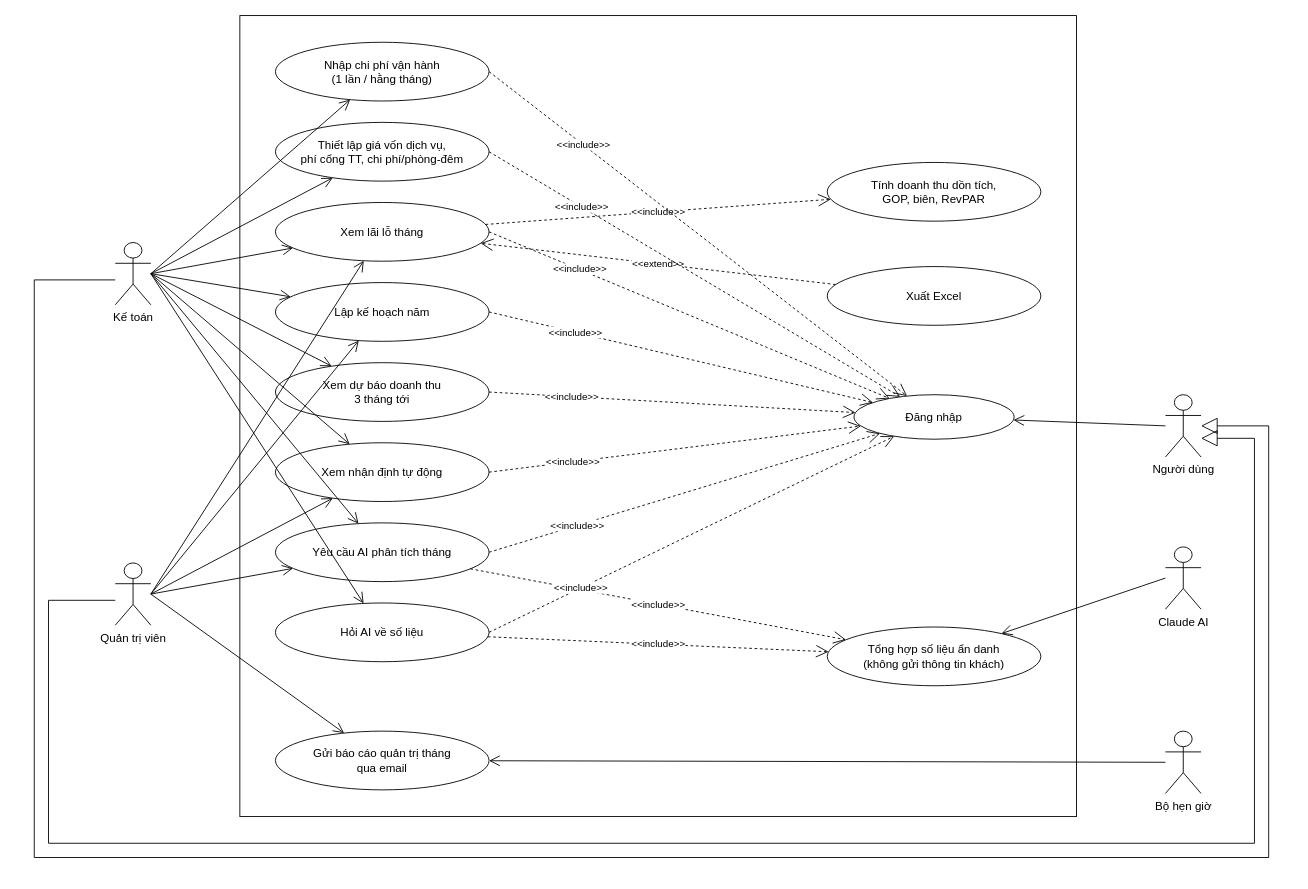
Above: docs/use-case/phan-ra/uc7-lai-lo-ai.drawio in ngynquchn2511/beach-hotel (draw.io), before the change. Source tidied: cells renumbered, new cells numbered last; positions are measured from the earlier drawing's top-left corner, leaving out a move shared by most shapes. Both pictures are drawn from the tidied source at 89%, with x=0, y=0 at pixel (34, 15).
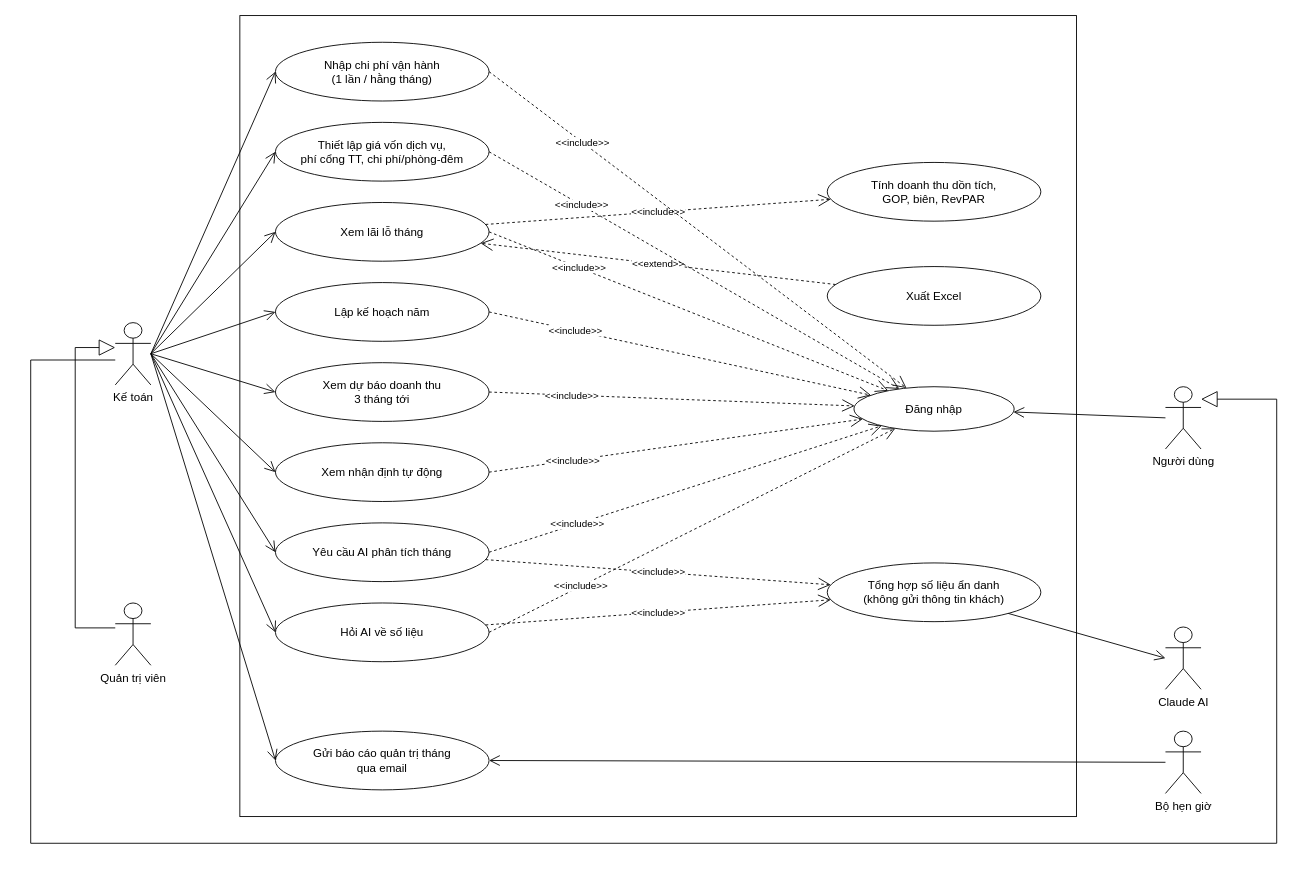
The same page after the edit.

Unchanged cells that the change refers to:
```xml
<mxCell id="3" value="Nhập chi phí vận hành&lt;br&gt;(1 lần / hằng tháng)" style="ellipse;whiteSpace=wrap;html=1;fillColor=#FFFFFF;strokeColor=#000000;fontSize=13;" parent="1" vertex="1">
  <mxGeometry x="271" y="30" width="240" height="66" as="geometry" />
</mxCell>
<mxCell id="4" value="Thiết lập giá vốn dịch vụ,&lt;br&gt;phí cổng TT, chi phí/phòng-đêm" style="ellipse;whiteSpace=wrap;html=1;fillColor=#FFFFFF;strokeColor=#000000;fontSize=13;" parent="1" vertex="1">
  <mxGeometry x="271" y="120" width="240" height="66" as="geometry" />
</mxCell>
<mxCell id="5" value="Xem lãi lỗ tháng" style="ellipse;whiteSpace=wrap;html=1;fillColor=#FFFFFF;strokeColor=#000000;fontSize=13;" parent="1" vertex="1">
  <mxGeometry x="271" y="210" width="240" height="66" as="geometry" />
</mxCell>
<mxCell id="6" value="Lập kế hoạch năm" style="ellipse;whiteSpace=wrap;html=1;fillColor=#FFFFFF;strokeColor=#000000;fontSize=13;" parent="1" vertex="1">
  <mxGeometry x="271" y="300" width="240" height="66" as="geometry" />
</mxCell>
<mxCell id="7" value="Xem dự báo doanh thu&lt;br&gt;3 tháng tới" style="ellipse;whiteSpace=wrap;html=1;fillColor=#FFFFFF;strokeColor=#000000;fontSize=13;" parent="1" vertex="1">
  <mxGeometry x="271" y="390" width="240" height="66" as="geometry" />
</mxCell>
<mxCell id="8" value="Xem nhận định tự động" style="ellipse;whiteSpace=wrap;html=1;fillColor=#FFFFFF;strokeColor=#000000;fontSize=13;" parent="1" vertex="1">
  <mxGeometry x="271" y="480" width="240" height="66" as="geometry" />
</mxCell>
<mxCell id="9" value="Yêu cầu AI phân tích tháng" style="ellipse;whiteSpace=wrap;html=1;fillColor=#FFFFFF;strokeColor=#000000;fontSize=13;" parent="1" vertex="1">
  <mxGeometry x="271" y="570" width="240" height="66" as="geometry" />
</mxCell>
<mxCell id="10" value="Hỏi AI về số liệu" style="ellipse;whiteSpace=wrap;html=1;fillColor=#FFFFFF;strokeColor=#000000;fontSize=13;" parent="1" vertex="1">
  <mxGeometry x="271" y="660" width="240" height="66" as="geometry" />
</mxCell>
<mxCell id="11" value="Gửi báo cáo quản trị tháng&lt;br&gt;qua email" style="ellipse;whiteSpace=wrap;html=1;fillColor=#FFFFFF;strokeColor=#000000;fontSize=13;" parent="1" vertex="1">
  <mxGeometry x="271" y="804" width="240" height="66" as="geometry" />
</mxCell>
<mxCell id="12" value="Tính doanh thu dồn tích,&lt;br&gt;GOP, biên, RevPAR" style="ellipse;whiteSpace=wrap;html=1;fillColor=#FFFFFF;strokeColor=#000000;fontSize=13;" parent="1" vertex="1">
  <mxGeometry x="891" y="165" width="240" height="66" as="geometry" />
</mxCell>
<mxCell id="13" value="Xuất Excel" style="ellipse;whiteSpace=wrap;html=1;fillColor=#FFFFFF;strokeColor=#000000;fontSize=13;" parent="1" vertex="1">
  <mxGeometry x="891" y="282" width="240" height="66" as="geometry" />
</mxCell>
<mxCell id="19" value="Bộ hẹn giờ" style="shape=umlActor;verticalLabelPosition=bottom;verticalAlign=top;html=1;outlineConnect=0;fillColor=#FFFFFF;strokeColor=#000000;fontSize=13;" parent="1" vertex="1">
  <mxGeometry x="1271" y="804" width="40" height="70" as="geometry" />
</mxCell>
```

Change to the diagram source:
```diff
@@
     <mxCell id="14" value="Tổng hợp số liệu ẩn danh&lt;br&gt;(không gửi thông tin khách)" style="ellipse;whiteSpace=wrap;html=1;fillColor=#FFFFFF;strokeColor=#000000;fontSize=13;" parent="1" vertex="1">
-      <mxGeometry x="891" y="687" width="240" height="66" as="geometry" />
+      <mxGeometry x="891" y="615" width="240" height="66" as="geometry" />
     </mxCell>
     <mxCell id="15" value="Đăng nhập" style="ellipse;whiteSpace=wrap;html=1;fillColor=#FFFFFF;strokeColor=#000000;fontSize=13;" parent="1" vertex="1">
-      <mxGeometry x="921" y="426" width="180" height="50" as="geometry" />
+      <mxGeometry x="921" y="417" width="180" height="50" as="geometry" />
     </mxCell>
     <mxCell id="16" value="Kế toán" style="shape=umlActor;verticalLabelPosition=bottom;verticalAlign=top;html=1;outlineConnect=0;fillColor=#FFFFFF;strokeColor=#000000;fontSize=13;" parent="1" vertex="1">
-      <mxGeometry x="91" y="255" width="40" height="70" as="geometry" />
+      <mxGeometry x="91" y="345" width="40" height="70" as="geometry" />
     </mxCell>
     <mxCell id="17" value="Quản trị viên" style="shape=umlActor;verticalLabelPosition=bottom;verticalAlign=top;html=1;outlineConnect=0;fillColor=#FFFFFF;strokeColor=#000000;fontSize=13;" parent="1" vertex="1">
-      <mxGeometry x="91" y="615" width="40" height="70" as="geometry" />
+      <mxGeometry x="91" y="660" width="40" height="70" as="geometry" />
     </mxCell>
     <mxCell id="18" value="Claude AI" style="shape=umlActor;verticalLabelPosition=bottom;verticalAlign=top;html=1;outlineConnect=0;fillColor=#FFFFFF;strokeColor=#000000;fontSize=13;" parent="1" vertex="1">
-      <mxGeometry x="1271" y="597" width="40" height="70" as="geometry" />
+      <mxGeometry x="1271" y="687" width="40" height="70" as="geometry" />
     </mxCell>
@@
-    <mxCell id="20" style="endArrow=open;endSize=10;html=1;rounded=0;strokeColor=#000000;exitX=1;exitY=0.5;exitDx=0;exitDy=0;exitPerimeter=0;" parent="1" edge="1" source="16" target="3">
+    <mxCell id="20" style="endArrow=open;endSize=10;html=1;rounded=0;strokeColor=#000000;exitX=1;exitY=0.5;exitDx=0;exitDy=0;exitPerimeter=0;entryX=0;entryY=0.5;entryDx=0;entryDy=0;" parent="1" edge="1" source="16" target="3">
       <mxGeometry relative="1" as="geometry" />
     </mxCell>
-    <mxCell id="21" style="endArrow=open;endSize=10;html=1;rounded=0;strokeColor=#000000;exitX=1;exitY=0.5;exitDx=0;exitDy=0;exitPerimeter=0;" parent="1" edge="1" source="16" target="4">
+    <mxCell id="21" style="endArrow=open;endSize=10;html=1;rounded=0;strokeColor=#000000;exitX=1;exitY=0.5;exitDx=0;exitDy=0;exitPerimeter=0;entryX=0;entryY=0.5;entryDx=0;entryDy=0;" parent="1" edge="1" source="16" target="4">
       <mxGeometry relative="1" as="geometry" />
     </mxCell>
-    <mxCell id="22" style="endArrow=open;endSize=10;html=1;rounded=0;strokeColor=#000000;exitX=1;exitY=0.5;exitDx=0;exitDy=0;exitPerimeter=0;" parent="1" edge="1" source="16" target="5">
+    <mxCell id="22" style="endArrow=open;endSize=10;html=1;rounded=0;strokeColor=#000000;exitX=1;exitY=0.5;exitDx=0;exitDy=0;exitPerimeter=0;entryX=0;entryY=0.5;entryDx=0;entryDy=0;" parent="1" edge="1" source="16" target="5">
       <mxGeometry relative="1" as="geometry" />
     </mxCell>
-    <mxCell id="23" style="endArrow=open;endSize=10;html=1;rounded=0;strokeColor=#000000;exitX=1;exitY=0.5;exitDx=0;exitDy=0;exitPerimeter=0;" parent="1" edge="1" source="16" target="6">
+    <mxCell id="23" style="endArrow=open;endSize=10;html=1;rounded=0;strokeColor=#000000;exitX=1;exitY=0.5;exitDx=0;exitDy=0;exitPerimeter=0;entryX=0;entryY=0.5;entryDx=0;entryDy=0;" parent="1" edge="1" source="16" target="6">
       <mxGeometry relative="1" as="geometry" />
     </mxCell>
-    <mxCell id="24" style="endArrow=open;endSize=10;html=1;rounded=0;strokeColor=#000000;exitX=1;exitY=0.5;exitDx=0;exitDy=0;exitPerimeter=0;" parent="1" edge="1" source="16" target="7">
+    <mxCell id="24" style="endArrow=open;endSize=10;html=1;rounded=0;strokeColor=#000000;exitX=1;exitY=0.5;exitDx=0;exitDy=0;exitPerimeter=0;entryX=0;entryY=0.5;entryDx=0;entryDy=0;" parent="1" edge="1" source="16" target="7">
       <mxGeometry relative="1" as="geometry" />
     </mxCell>
-    <mxCell id="25" style="endArrow=open;endSize=10;html=1;rounded=0;strokeColor=#000000;exitX=1;exitY=0.5;exitDx=0;exitDy=0;exitPerimeter=0;" parent="1" edge="1" source="16" target="8">
+    <mxCell id="25" style="endArrow=open;endSize=10;html=1;rounded=0;strokeColor=#000000;exitX=1;exitY=0.5;exitDx=0;exitDy=0;exitPerimeter=0;entryX=0;entryY=0.5;entryDx=0;entryDy=0;" parent="1" edge="1" source="16" target="8">
       <mxGeometry relative="1" as="geometry" />
     </mxCell>
-    <mxCell id="26" style="endArrow=open;endSize=10;html=1;rounded=0;strokeColor=#000000;exitX=1;exitY=0.5;exitDx=0;exitDy=0;exitPerimeter=0;" parent="1" edge="1" source="16" target="9">
+    <mxCell id="26" style="endArrow=open;endSize=10;html=1;rounded=0;strokeColor=#000000;exitX=1;exitY=0.5;exitDx=0;exitDy=0;exitPerimeter=0;entryX=0;entryY=0.5;entryDx=0;entryDy=0;" parent="1" edge="1" source="16" target="9">
       <mxGeometry relative="1" as="geometry" />
     </mxCell>
-    <mxCell id="27" style="endArrow=open;endSize=10;html=1;rounded=0;strokeColor=#000000;exitX=1;exitY=0.5;exitDx=0;exitDy=0;exitPerimeter=0;" parent="1" edge="1" source="16" target="10">
+    <mxCell id="27" style="endArrow=open;endSize=10;html=1;rounded=0;strokeColor=#000000;exitX=1;exitY=0.5;exitDx=0;exitDy=0;exitPerimeter=0;entryX=0;entryY=0.5;entryDx=0;entryDy=0;" parent="1" edge="1" source="16" target="10">
       <mxGeometry relative="1" as="geometry" />
     </mxCell>
-    <mxCell id="28" style="endArrow=open;endSize=10;html=1;rounded=0;strokeColor=#000000;exitX=1;exitY=0.5;exitDx=0;exitDy=0;exitPerimeter=0;" parent="1" edge="1" source="17" target="5">
+    <mxCell id="28" style="endArrow=open;endSize=10;html=1;rounded=0;strokeColor=#000000;exitX=1;exitY=0.5;exitDx=0;exitDy=0;exitPerimeter=0;entryX=0;entryY=0.5;entryDx=0;entryDy=0;" parent="1" edge="1" source="16" target="11">
       <mxGeometry relative="1" as="geometry" />
     </mxCell>
-    <mxCell id="29" style="endArrow=open;endSize=10;html=1;rounded=0;strokeColor=#000000;exitX=1;exitY=0.5;exitDx=0;exitDy=0;exitPerimeter=0;" parent="1" edge="1" source="17" target="6">
+    <mxCell id="29" style="endArrow=open;endSize=10;html=1;rounded=0;strokeColor=#000000;entryX=0;entryY=0.5;entryDx=0;entryDy=0;entryPerimeter=0;" parent="1" edge="1" source="14" target="18">
       <mxGeometry relative="1" as="geometry" />
     </mxCell>
-    <mxCell id="30" style="endArrow=open;endSize=10;html=1;rounded=0;strokeColor=#000000;exitX=1;exitY=0.5;exitDx=0;exitDy=0;exitPerimeter=0;" parent="1" edge="1" source="17" target="8">
+    <mxCell id="30" style="endArrow=open;endSize=10;html=1;rounded=0;strokeColor=#000000;exitX=0;exitY=0.5;exitDx=0;exitDy=0;exitPerimeter=0;entryX=1;entryY=0.5;entryDx=0;entryDy=0;" parent="1" edge="1" source="19" target="11">
       <mxGeometry relative="1" as="geometry" />
     </mxCell>
-    <mxCell id="31" style="endArrow=open;endSize=10;html=1;rounded=0;strokeColor=#000000;exitX=1;exitY=0.5;exitDx=0;exitDy=0;exitPerimeter=0;" parent="1" edge="1" source="17" target="9">
+    <mxCell id="31" value="&amp;lt;&amp;lt;include&amp;gt;&amp;gt;" style="endArrow=open;endSize=12;dashed=1;html=1;rounded=0;strokeColor=#000000;fontSize=11;labelBackgroundColor=#FFFFFF;" parent="1" edge="1" source="5" target="12">
       <mxGeometry relative="1" as="geometry" />
     </mxCell>
-    <mxCell id="32" style="endArrow=open;endSize=10;html=1;rounded=0;strokeColor=#000000;exitX=1;exitY=0.5;exitDx=0;exitDy=0;exitPerimeter=0;" parent="1" edge="1" source="17" target="11">
+    <mxCell id="32" value="&amp;lt;&amp;lt;extend&amp;gt;&amp;gt;" style="endArrow=open;endSize=12;dashed=1;html=1;rounded=0;strokeColor=#000000;fontSize=11;labelBackgroundColor=#FFFFFF;" parent="1" edge="1" source="13" target="5">
       <mxGeometry relative="1" as="geometry" />
     </mxCell>
-    <mxCell id="33" style="endArrow=open;endSize=10;html=1;rounded=0;strokeColor=#000000;exitX=0;exitY=0.5;exitDx=0;exitDy=0;exitPerimeter=0;" parent="1" edge="1" source="18" target="14">
+    <mxCell id="33" value="&amp;lt;&amp;lt;include&amp;gt;&amp;gt;" style="endArrow=open;endSize=12;dashed=1;html=1;rounded=0;strokeColor=#000000;fontSize=11;labelBackgroundColor=#FFFFFF;" parent="1" edge="1" source="9" target="14">
       <mxGeometry relative="1" as="geometry" />
     </mxCell>
-    <mxCell id="34" style="endArrow=open;endSize=10;html=1;rounded=0;strokeColor=#000000;exitX=0;exitY=0.5;exitDx=0;exitDy=0;exitPerimeter=0;" parent="1" edge="1" source="19" target="11">
+    <mxCell id="34" value="&amp;lt;&amp;lt;include&amp;gt;&amp;gt;" style="endArrow=open;endSize=12;dashed=1;html=1;rounded=0;strokeColor=#000000;fontSize=11;labelBackgroundColor=#FFFFFF;" parent="1" edge="1" source="10" target="14">
       <mxGeometry relative="1" as="geometry" />
     </mxCell>
-    <mxCell id="35" value="&amp;lt;&amp;lt;include&amp;gt;&amp;gt;" style="endArrow=open;endSize=12;dashed=1;html=1;rounded=0;strokeColor=#000000;fontSize=11;labelBackgroundColor=#FFFFFF;" parent="1" edge="1" source="5" target="12">
-      <mxGeometry relative="1" as="geometry" />
+    <mxCell id="35" value="&amp;lt;&amp;lt;include&amp;gt;&amp;gt;" style="endArrow=open;endSize=12;dashed=1;html=1;rounded=0;strokeColor=#000000;fontSize=11;labelBackgroundColor=#FFFFFF;exitX=1;exitY=0.5;exitDx=0;exitDy=0;" parent="1" edge="1" source="3" target="15">
+      <mxGeometry x="-0.55" relative="1" as="geometry" />
     </mxCell>
-    <mxCell id="36" value="&amp;lt;&amp;lt;extend&amp;gt;&amp;gt;" style="endArrow=open;endSize=12;dashed=1;html=1;rounded=0;strokeColor=#000000;fontSize=11;labelBackgroundColor=#FFFFFF;" parent="1" edge="1" source="13" target="5">
-      <mxGeometry relative="1" as="geometry" />
+    <mxCell id="36" value="&amp;lt;&amp;lt;include&amp;gt;&amp;gt;" style="endArrow=open;endSize=12;dashed=1;html=1;rounded=0;strokeColor=#000000;fontSize=11;labelBackgroundColor=#FFFFFF;exitX=1;exitY=0.5;exitDx=0;exitDy=0;" parent="1" edge="1" source="4" target="15">
+      <mxGeometry x="-0.55" relative="1" as="geometry" />
     </mxCell>
-    <mxCell id="37" value="&amp;lt;&amp;lt;include&amp;gt;&amp;gt;" style="endArrow=open;endSize=12;dashed=1;html=1;rounded=0;strokeColor=#000000;fontSize=11;labelBackgroundColor=#FFFFFF;" parent="1" edge="1" source="9" target="14">
-      <mxGeometry relative="1" as="geometry" />
+    <mxCell id="37" value="&amp;lt;&amp;lt;include&amp;gt;&amp;gt;" style="endArrow=open;endSize=12;dashed=1;html=1;rounded=0;strokeColor=#000000;fontSize=11;labelBackgroundColor=#FFFFFF;exitX=1;exitY=0.5;exitDx=0;exitDy=0;" parent="1" edge="1" source="5" target="15">
+      <mxGeometry x="-0.55" relative="1" as="geometry" />
     </mxCell>
-    <mxCell id="38" value="&amp;lt;&amp;lt;include&amp;gt;&amp;gt;" style="endArrow=open;endSize=12;dashed=1;html=1;rounded=0;strokeColor=#000000;fontSize=11;labelBackgroundColor=#FFFFFF;" parent="1" edge="1" source="10" target="14">
-      <mxGeometry relative="1" as="geometry" />
+    <mxCell id="38" value="&amp;lt;&amp;lt;include&amp;gt;&amp;gt;" style="endArrow=open;endSize=12;dashed=1;html=1;rounded=0;strokeColor=#000000;fontSize=11;labelBackgroundColor=#FFFFFF;exitX=1;exitY=0.5;exitDx=0;exitDy=0;" parent="1" edge="1" source="6" target="15">
+      <mxGeometry x="-0.55" relative="1" as="geometry" />
     </mxCell>
-    <mxCell id="39" value="&amp;lt;&amp;lt;include&amp;gt;&amp;gt;" style="endArrow=open;endSize=12;dashed=1;html=1;rounded=0;strokeColor=#000000;fontSize=11;labelBackgroundColor=#FFFFFF;exitX=1;exitY=0.5;exitDx=0;exitDy=0;" parent="1" edge="1" source="3" target="15">
+    <mxCell id="39" value="&amp;lt;&amp;lt;include&amp;gt;&amp;gt;" style="endArrow=open;endSize=12;dashed=1;html=1;rounded=0;strokeColor=#000000;fontSize=11;labelBackgroundColor=#FFFFFF;exitX=1;exitY=0.5;exitDx=0;exitDy=0;" parent="1" edge="1" source="7" target="15">
       <mxGeometry x="-0.55" relative="1" as="geometry" />
     </mxCell>
-    <mxCell id="40" value="&amp;lt;&amp;lt;include&amp;gt;&amp;gt;" style="endArrow=open;endSize=12;dashed=1;html=1;rounded=0;strokeColor=#000000;fontSize=11;labelBackgroundColor=#FFFFFF;exitX=1;exitY=0.5;exitDx=0;exitDy=0;" parent="1" edge="1" source="4" target="15">
+    <mxCell id="40" value="&amp;lt;&amp;lt;include&amp;gt;&amp;gt;" style="endArrow=open;endSize=12;dashed=1;html=1;rounded=0;strokeColor=#000000;fontSize=11;labelBackgroundColor=#FFFFFF;exitX=1;exitY=0.5;exitDx=0;exitDy=0;" parent="1" edge="1" source="8" target="15">
       <mxGeometry x="-0.55" relative="1" as="geometry" />
     </mxCell>
-    <mxCell id="41" value="&amp;lt;&amp;lt;include&amp;gt;&amp;gt;" style="endArrow=open;endSize=12;dashed=1;html=1;rounded=0;strokeColor=#000000;fontSize=11;labelBackgroundColor=#FFFFFF;exitX=1;exitY=0.5;exitDx=0;exitDy=0;" parent="1" edge="1" source="5" target="15">
+    <mxCell id="41" value="&amp;lt;&amp;lt;include&amp;gt;&amp;gt;" style="endArrow=open;endSize=12;dashed=1;html=1;rounded=0;strokeColor=#000000;fontSize=11;labelBackgroundColor=#FFFFFF;exitX=1;exitY=0.5;exitDx=0;exitDy=0;" parent="1" edge="1" source="9" target="15">
       <mxGeometry x="-0.55" relative="1" as="geometry" />
     </mxCell>
-    <mxCell id="42" value="&amp;lt;&amp;lt;include&amp;gt;&amp;gt;" style="endArrow=open;endSize=12;dashed=1;html=1;rounded=0;strokeColor=#000000;fontSize=11;labelBackgroundColor=#FFFFFF;exitX=1;exitY=0.5;exitDx=0;exitDy=0;" parent="1" edge="1" source="6" target="15">
+    <mxCell id="42" value="&amp;lt;&amp;lt;include&amp;gt;&amp;gt;" style="endArrow=open;endSize=12;dashed=1;html=1;rounded=0;strokeColor=#000000;fontSize=11;labelBackgroundColor=#FFFFFF;exitX=1;exitY=0.5;exitDx=0;exitDy=0;" parent="1" edge="1" source="10" target="15">
       <mxGeometry x="-0.55" relative="1" as="geometry" />
     </mxCell>
-    <mxCell id="43" value="&amp;lt;&amp;lt;include&amp;gt;&amp;gt;" style="endArrow=open;endSize=12;dashed=1;html=1;rounded=0;strokeColor=#000000;fontSize=11;labelBackgroundColor=#FFFFFF;exitX=1;exitY=0.5;exitDx=0;exitDy=0;" parent="1" edge="1" source="7" target="15">
-      <mxGeometry x="-0.55" relative="1" as="geometry" />
+    <mxCell id="43" style="endArrow=block;endSize=16;endFill=0;html=1;rounded=0;strokeColor=#000000;exitX=0;exitY=0.4;exitDx=0;exitDy=0;exitPerimeter=0;entryX=0;entryY=0.4;entryDx=0;entryDy=0;entryPerimeter=0;" parent="1" edge="1" source="17" target="16">
+      <mxGeometry relative="1" as="geometry">
+        <Array as="points">
+          <mxPoint x="46" y="688" />
+          <mxPoint x="46" y="373" />
+        </Array>
+      </mxGeometry>
     </mxCell>
+    <mxCell id="47" value="Người dùng" style="shape=umlActor;verticalLabelPosition=bottom;verticalAlign=top;html=1;outlineConnect=0;fillColor=#FFFFFF;strokeColor=#000000;fontSize=13;" parent="1" vertex="1">
+      <mxGeometry x="1271" y="417" width="40" height="70" as="geometry" />
+    </mxCell>
-    <mxCell id="44" value="&amp;lt;&amp;lt;include&amp;gt;&amp;gt;" style="endArrow=open;endSize=12;dashed=1;html=1;rounded=0;strokeColor=#000000;fontSize=11;labelBackgroundColor=#FFFFFF;exitX=1;exitY=0.5;exitDx=0;exitDy=0;" parent="1" edge="1" source="8" target="15">
-      <mxGeometry x="-0.55" relative="1" as="geometry" />
+    <mxCell id="44" style="endArrow=open;endSize=10;html=1;rounded=0;strokeColor=#000000;exitX=0;exitY=0.5;exitDx=0;exitDy=0;exitPerimeter=0;" parent="1" edge="1" source="47" target="15">
+      <mxGeometry relative="1" as="geometry" />
     </mxCell>
-    <mxCell id="45" value="&amp;lt;&amp;lt;include&amp;gt;&amp;gt;" style="endArrow=open;endSize=12;dashed=1;html=1;rounded=0;strokeColor=#000000;fontSize=11;labelBackgroundColor=#FFFFFF;exitX=1;exitY=0.5;exitDx=0;exitDy=0;" parent="1" edge="1" source="9" target="15">
-      <mxGeometry x="-0.55" relative="1" as="geometry" />
+    <mxCell id="45" style="endArrow=block;endSize=16;endFill=0;html=1;rounded=0;strokeColor=#000000;exitX=0;exitY=0.6;exitDx=0;exitDy=0;exitPerimeter=0;entryX=1;entryY=0.2;entryDx=0;entryDy=0;entryPerimeter=0;" parent="1" edge="1" source="16" target="47">
+      <mxGeometry relative="1" as="geometry">
+        <Array as="points">
+          <mxPoint x="-4" y="387" />
+          <mxPoint x="-4" y="930" />
+          <mxPoint x="1396" y="930" />
+          <mxPoint x="1396" y="431" />
+        </Array>
+      </mxGeometry>
     </mxCell>
-    <mxCell id="46" value="&amp;lt;&amp;lt;include&amp;gt;&amp;gt;" style="endArrow=open;endSize=12;dashed=1;html=1;rounded=0;strokeColor=#000000;fontSize=11;labelBackgroundColor=#FFFFFF;exitX=1;exitY=0.5;exitDx=0;exitDy=0;" parent="1" edge="1" source="10" target="15">
-      <mxGeometry x="-0.55" relative="1" as="geometry" />
-    </mxCell>
-    <mxCell id="47" value="Người dùng" style="shape=umlActor;verticalLabelPosition=bottom;verticalAlign=top;html=1;outlineConnect=0;fillColor=#FFFFFF;strokeColor=#000000;fontSize=13;" parent="1" vertex="1">
-      <mxGeometry x="1271" y="426" width="40" height="70" as="geometry" />
-    </mxCell>
-    <mxCell id="48" style="endArrow=open;endSize=10;html=1;rounded=0;strokeColor=#000000;exitX=0;exitY=0.5;exitDx=0;exitDy=0;exitPerimeter=0;" parent="1" edge="1" source="47" target="15">
-      <mxGeometry relative="1" as="geometry" />
-    </mxCell>
-    <mxCell id="49" style="endArrow=block;endSize=16;endFill=0;html=1;rounded=0;strokeColor=#000000;exitX=0;exitY=0.6;exitDx=0;exitDy=0;exitPerimeter=0;entryX=1;entryY=0.7;entryDx=0;entryDy=0;entryPerimeter=0;" parent="1" edge="1" source="17" target="47">
-      <mxGeometry relative="1" as="geometry">
-        <Array as="points">
-          <mxPoint x="16" y="657" />
-          <mxPoint x="16" y="930" />
-          <mxPoint x="1371" y="930" />
-          <mxPoint x="1371" y="475" />
-        </Array>
-      </mxGeometry>
-    </mxCell>
-    <mxCell id="50" style="endArrow=block;endSize=16;endFill=0;html=1;rounded=0;strokeColor=#000000;exitX=0;exitY=0.6;exitDx=0;exitDy=0;exitPerimeter=0;entryX=1;entryY=0.49999999999999994;entryDx=0;entryDy=0;entryPerimeter=0;" parent="1" edge="1" source="16" target="47">
-      <mxGeometry relative="1" as="geometry">
-        <Array as="points">
-          <mxPoint y="297" />
-          <mxPoint y="946" />
-          <mxPoint x="1387" y="946" />
-          <mxPoint x="1387" y="461" />
-        </Array>
-      </mxGeometry>
-    </mxCell>
```
